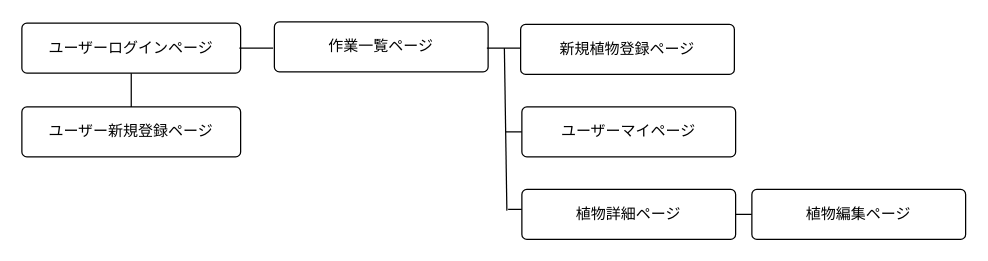
This is screen.dio from Kosuke-13th/botanical-assist, a draw.io file, before an edit. Source tidied: cells renumbered, new cells numbered last; positions are measured from the earlier drawing's top-left corner, leaving out a move shared by most shapes. Both pictures are drawn from the tidied source at 125%, with x=0, y=0 at pixel (21, 21).
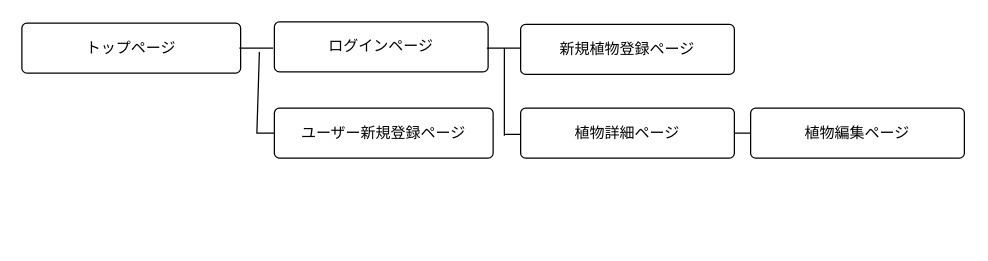
The same page after the edit.

Change to the diagram source:
```diff
@@
 <mxGraphModel>
   <root>
     <mxCell id="0" />
     <mxCell id="1" parent="0" />
-    <mxCell id="2" value="作業一覧ページ" style="rounded=1;arcSize=10;whiteSpace=wrap;html=1;align=center;" parent="1" vertex="1">
+    <mxCell id="2" value="ログインページ" style="rounded=1;arcSize=10;whiteSpace=wrap;html=1;align=center;" parent="1" vertex="1">
       <mxGeometry x="202" width="171" height="40" as="geometry" />
     </mxCell>
-    <mxCell id="3" value="ユーザーログインページ" style="rounded=1;arcSize=10;whiteSpace=wrap;html=1;align=center;" parent="1" vertex="1">
+    <mxCell id="3" value="トップページ" style="rounded=1;arcSize=10;whiteSpace=wrap;html=1;align=center;" parent="1" vertex="1">
       <mxGeometry y="1" width="175" height="40" as="geometry" />
     </mxCell>
     <mxCell id="4" style="line;strokeWidth=1;dashed=0;labelPosition=right;align=left;verticalAlign=middle;spacingTop=0;spacingLeft=6;points=[];portConstraint=eastwest;" parent="1" vertex="1">
       <mxGeometry x="174" y="16" width="27" height="10" as="geometry" />
     </mxCell>
-    <mxCell id="5" style="endArrow=none;html=1;rounded=0;" parent="1" edge="1">
+    <mxCell id="5" style="endArrow=none;html=1;rounded=0;entryX=0;entryY=0.6;entryDx=0;entryDy=0;entryPerimeter=0;" parent="1" edge="1" target="10">
       <mxGeometry relative="1" as="geometry">
         <mxPoint x="386" y="21" as="sourcePoint" />
-        <mxPoint x="388" y="151" as="targetPoint" />
       </mxGeometry>
     </mxCell>
     <mxCell id="6" value="ユーザー新規登録ページ" style="rounded=1;arcSize=10;whiteSpace=wrap;html=1;align=center;" parent="1" vertex="1">
-      <mxGeometry y="68" width="175" height="40" as="geometry" />
+      <mxGeometry x="202" y="69" width="175" height="40" as="geometry" />
     </mxCell>
-    <mxCell id="7" style="endArrow=none;html=1;rounded=0;exitX=0.5;exitY=1;exitDx=0;exitDy=0;entryX=0.5;entryY=0;entryDx=0;entryDy=0;" parent="1" edge="1" source="3" target="6">
-      <mxGeometry relative="1" as="geometry" />
+    <mxCell id="7" style="endArrow=none;html=1;rounded=0;exitX=0.593;exitY=0.8;exitDx=0;exitDy=0;entryX=0;entryY=0.5;entryDx=0;entryDy=0;exitPerimeter=0;" parent="1" edge="1" source="4" target="6">
+      <mxGeometry relative="1" as="geometry">
+        <Array as="points">
+          <mxPoint x="188" y="89" />
+        </Array>
+      </mxGeometry>
     </mxCell>
     <mxCell id="8" value="新規植物登録ページ" style="rounded=1;arcSize=10;whiteSpace=wrap;html=1;align=center;" parent="1" vertex="1">
       <mxGeometry x="399" y="2" width="171" height="40" as="geometry" />
     </mxCell>
     <mxCell id="9" style="line;strokeWidth=1;dashed=0;labelPosition=right;align=left;verticalAlign=middle;spacingTop=0;spacingLeft=6;" parent="1" vertex="1">
       <mxGeometry x="372" y="16" width="27" height="10" as="geometry" />
     </mxCell>
     <mxCell id="10" style="line;strokeWidth=1;dashed=0;labelPosition=right;align=left;verticalAlign=middle;spacingTop=0;spacingLeft=6;points=[];portConstraint=eastwest;" parent="1" vertex="1">
-      <mxGeometry x="389" y="145" width="13" height="10" as="geometry" />
+      <mxGeometry x="386" y="85" width="13" height="10" as="geometry" />
     </mxCell>
-    <mxCell id="11" value="ユーザーマイページ" style="rounded=1;arcSize=10;whiteSpace=wrap;html=1;align=center;" parent="1" vertex="1">
-      <mxGeometry x="400" y="68" width="171" height="40" as="geometry" />
-    </mxCell>
-    <mxCell id="12" style="line;strokeWidth=1;dashed=0;labelPosition=right;align=left;verticalAlign=middle;spacingTop=0;spacingLeft=6;" parent="1" vertex="1">
-      <mxGeometry x="387" y="83" width="13" height="10" as="geometry" />
-    </mxCell>
     <mxCell id="13" style="group;" parent="1" vertex="1">
-      <mxGeometry x="400" y="134" width="355" height="40" as="geometry" />
+      <mxGeometry x="399" y="69" width="355" height="40" as="geometry" />
     </mxCell>
     <mxCell id="14" value="植物詳細ページ" style="rounded=1;arcSize=10;whiteSpace=wrap;html=1;align=center;" parent="13" vertex="1">
       <mxGeometry width="171" height="40" as="geometry" />
     </mxCell>
     <mxCell id="15" style="line;strokeWidth=1;dashed=0;labelPosition=right;align=left;verticalAlign=middle;spacingTop=0;spacingLeft=6;" parent="13" vertex="1">
       <mxGeometry x="171" y="15" width="13" height="10" as="geometry" />
     </mxCell>
     <mxCell id="16" value="植物編集ページ" style="rounded=1;arcSize=10;whiteSpace=wrap;html=1;align=center;" parent="13" vertex="1">
       <mxGeometry x="184" width="171" height="40" as="geometry" />
     </mxCell>
   </root>
 </mxGraphModel>
```
